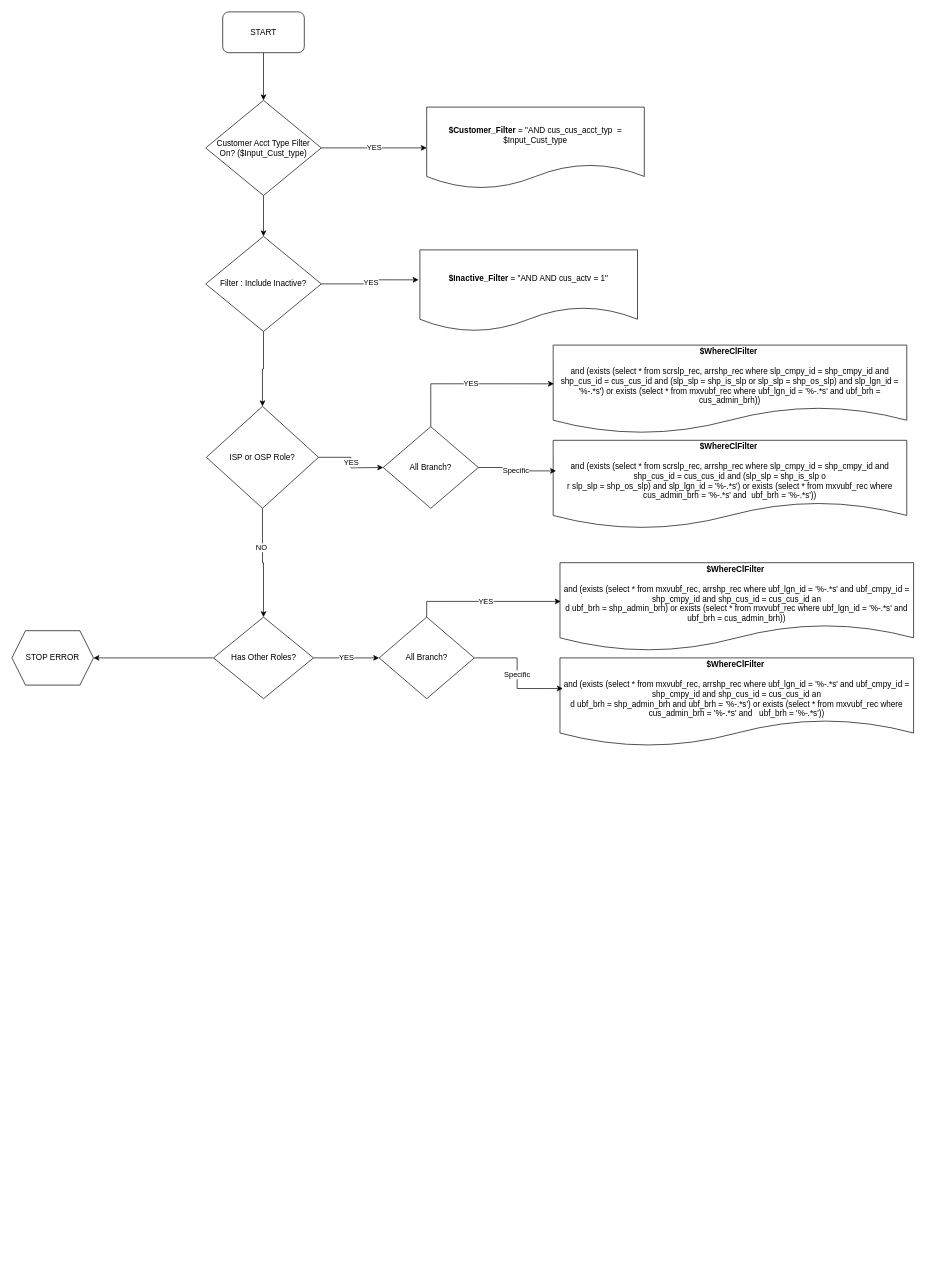
This is Build_ARRCUS_Read_Filter.drawio from eme-invera/Customer_Maintenance, a draw.io file, before an edit. Source tidied: cells renumbered, new cells numbered last; positions are measured from the earlier drawing's top-left corner, leaving out a move shared by most shapes. Both pictures are drawn from the tidied source at 68%, with x=0, y=0 at pixel (12, 12).
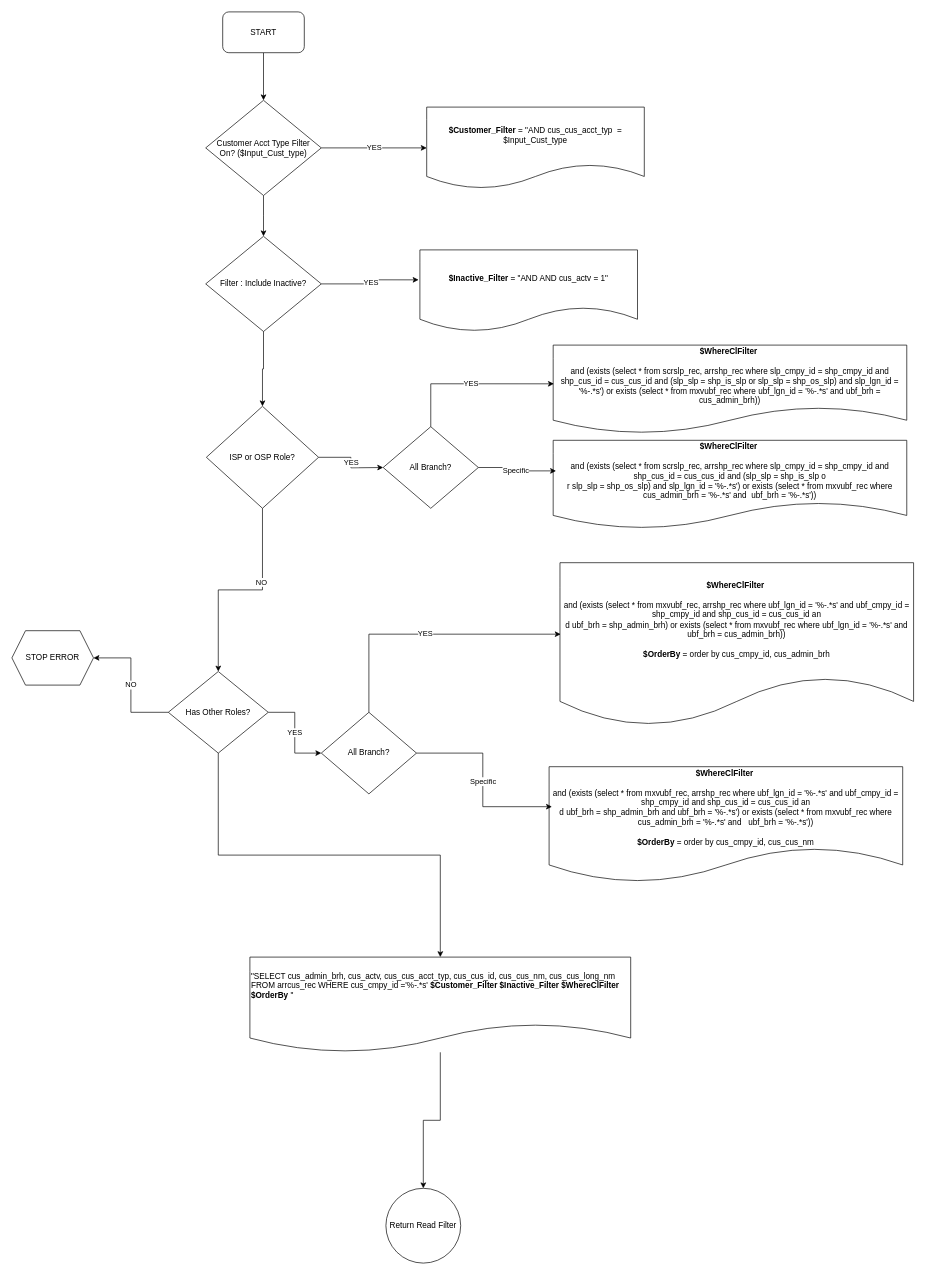
The same diagram, later.

The change refers to these unchanged cells:
```xml
<mxCell id="29" value="STOP ERROR" style="shape=hexagon;perimeter=hexagonPerimeter2;whiteSpace=wrap;html=1;fixedSize=1;" parent="1" vertex="1">
  <mxGeometry y="910" width="120" height="80" as="geometry" />
</mxCell>
```

Change to the diagram source:
```diff
@@
-    <mxCell id="18" style="edgeStyle=orthogonalEdgeStyle;rounded=0;jettySize=auto;html=1;" parent="1" edge="1" source="19" target="29">
+    <mxCell id="18" value="NO" style="edgeStyle=orthogonalEdgeStyle;rounded=0;jettySize=auto;html=1;" parent="1" edge="1" source="19" target="29">
       <mxGeometry relative="1" as="geometry" />
     </mxCell>
+    <mxCell id="30" style="edgeStyle=orthogonalEdgeStyle;rounded=0;jettySize=auto;html=1;" parent="1" edge="1" source="19" target="32">
+      <mxGeometry relative="1" as="geometry" />
+    </mxCell>
     <mxCell id="19" value="Has Other Roles?" style="rhombus;whiteSpace=wrap;html=1;" parent="1" vertex="1">
-      <mxGeometry x="296.5" y="890" width="147" height="120" as="geometry" />
+      <mxGeometry x="230" y="970" width="147" height="120" as="geometry" />
     </mxCell>
@@
-    <mxCell id="24" value="&lt;div&gt;&lt;b style=&quot;color: light-dark(rgb(0, 0, 0), rgb(255, 255, 255)); background-color: transparent; text-align: left;&quot;&gt;$WhereClFilter&lt;/b&gt;&amp;nbsp;&lt;br&gt;&lt;br&gt;and (exists (select * from mxvubf_rec, arrshp_rec where ubf_lgn_id = '%-.*s' and ubf_cmpy_id = shp_cmpy_id and shp_cus_id = cus_cus_id an&lt;/div&gt;&lt;div&gt;d ubf_brh = shp_admin_brh) or exists (select * from mxvubf_rec where ubf_lgn_id = '%-.*s' and ubf_brh = cus_admin_brh))&lt;/div&gt;" style="shape=document;whiteSpace=wrap;html=1;boundedLbl=1;" parent="1" vertex="1">
-      <mxGeometry x="806" y="810" width="520" height="130" as="geometry" />
+    <mxCell id="24" value="&lt;div&gt;&lt;b style=&quot;color: light-dark(rgb(0, 0, 0), rgb(255, 255, 255)); background-color: transparent; text-align: left;&quot;&gt;$WhereClFilter&lt;/b&gt;&amp;nbsp;&lt;br&gt;&lt;br&gt;and (exists (select * from mxvubf_rec, arrshp_rec where ubf_lgn_id = '%-.*s' and ubf_cmpy_id = shp_cmpy_id and shp_cus_id = cus_cus_id an&lt;/div&gt;&lt;div&gt;d ubf_brh = shp_admin_brh) or exists (select * from mxvubf_rec where ubf_lgn_id = '%-.*s' and ubf_brh = cus_admin_brh))&lt;/div&gt;&lt;div&gt;&lt;br&gt;&lt;/div&gt;&lt;div&gt;&lt;b&gt;$OrderBy&lt;/b&gt;&amp;nbsp;=&amp;nbsp;&lt;span style=&quot;background-color: transparent;&quot;&gt;order by cus_cmpy_id, cus_admin_br&lt;/span&gt;&lt;span style=&quot;background-color: transparent; color: light-dark(rgb(0, 0, 0), rgb(255, 255, 255));&quot;&gt;h&lt;/span&gt;&lt;/div&gt;" style="shape=document;whiteSpace=wrap;html=1;boundedLbl=1;" parent="1" vertex="1">
+      <mxGeometry x="806" y="810" width="520" height="240" as="geometry" />
     </mxCell>
-    <mxCell id="25" value="&lt;div&gt;&lt;b style=&quot;background-color: transparent; color: light-dark(rgb(0, 0, 0), rgb(255, 255, 255)); text-align: left;&quot;&gt;$WhereClFilter&lt;/b&gt;&amp;nbsp;&lt;br&gt;&lt;br&gt;and (exists (select * from mxvubf_rec, arrshp_rec where ubf_lgn_id = '%-.*s' and ubf_cmpy_id = shp_cmpy_id and shp_cus_id = cus_cus_id an&lt;/div&gt;&lt;div&gt;d ubf_brh = shp_admin_brh and ubf_brh = '%-.*s') or exists (select * from mxvubf_rec where cus_admin_brh = '%-.*s' and&amp;nbsp; &amp;nbsp;ubf_brh = '%-.*s'))&lt;/div&gt;" style="shape=document;whiteSpace=wrap;html=1;boundedLbl=1;" parent="1" vertex="1">
-      <mxGeometry x="806" y="950" width="520" height="130" as="geometry" />
+    <mxCell id="25" value="&lt;div&gt;&lt;b style=&quot;background-color: transparent; color: light-dark(rgb(0, 0, 0), rgb(255, 255, 255)); text-align: left;&quot;&gt;$WhereClFilter&lt;/b&gt;&amp;nbsp;&lt;br&gt;&lt;br&gt;and (exists (select * from mxvubf_rec, arrshp_rec where ubf_lgn_id = '%-.*s' and ubf_cmpy_id = shp_cmpy_id and shp_cus_id = cus_cus_id an&lt;/div&gt;&lt;div&gt;d ubf_brh = shp_admin_brh and ubf_brh = '%-.*s') or exists (select * from mxvubf_rec where cus_admin_brh = '%-.*s' and&amp;nbsp; &amp;nbsp;ubf_brh = '%-.*s'))&lt;/div&gt;&lt;div&gt;&lt;br&gt;&lt;/div&gt;&lt;div&gt;&lt;b&gt;$OrderBy&lt;/b&gt; =&amp;nbsp;order by cus_cmpy_id, cus_cus_nm&lt;/div&gt;" style="shape=document;whiteSpace=wrap;html=1;boundedLbl=1;" parent="1" vertex="1">
+      <mxGeometry x="790" y="1110" width="520" height="170" as="geometry" />
     </mxCell>
     <mxCell id="26" value="All Branch?" style="rhombus;whiteSpace=wrap;html=1;" parent="1" vertex="1">
-      <mxGeometry x="540" y="890" width="140" height="120" as="geometry" />
+      <mxGeometry x="455" y="1030" width="140" height="120" as="geometry" />
     </mxCell>
@@
+    <mxCell id="31" style="edgeStyle=orthogonalEdgeStyle;rounded=0;jettySize=auto;html=1;" parent="1" edge="1" source="32" target="33">
+      <mxGeometry relative="1" as="geometry" />
+    </mxCell>
+    <mxCell id="32" value="&lt;div&gt;&quot;&lt;span style=&quot;background-color: transparent;&quot;&gt;SELECT cus_admin_brh, cus_actv, cus_cus_acct_typ, cus_cus_id, cus_cus_nm, cus_cus_long_nm&amp;nbsp; FROM arrcus_rec WHERE cus_cmpy_id ='%-.*s'&amp;nbsp;&lt;/span&gt;&lt;b style=&quot;background-color: transparent; color: light-dark(rgb(0, 0, 0), rgb(255, 255, 255)); text-align: center;&quot;&gt;$Customer_Filter&amp;nbsp;&lt;/b&gt;&lt;b style=&quot;text-align: center;&quot;&gt;$Inactive_Filter $&lt;/b&gt;&lt;b style=&quot;background-color: transparent; color: light-dark(rgb(0, 0, 0), rgb(255, 255, 255));&quot;&gt;WhereClFilter&amp;nbsp; &lt;/b&gt;&lt;span style=&quot;text-align: center; background-color: transparent; color: light-dark(rgb(0, 0, 0), rgb(255, 255, 255));&quot;&gt;&lt;b&gt;$OrderBy&lt;/b&gt;&lt;/span&gt;&lt;span style=&quot;background-color: transparent; color: light-dark(rgb(0, 0, 0), rgb(255, 255, 255));&quot;&gt;&amp;nbsp;&quot;&lt;/span&gt;&lt;/div&gt;&lt;div&gt;&lt;br&gt;&lt;/div&gt;" style="shape=document;html=1;boundedLbl=1;whiteSpace=wrap;align=left;" parent="1" vertex="1">
+      <mxGeometry x="350" y="1390" width="560" height="140" as="geometry" />
+    </mxCell>
+    <mxCell id="33" value="Return Read Filter" style="ellipse;whiteSpace=wrap;html=1;" parent="1" vertex="1">
+      <mxGeometry x="550" y="1730" width="110" height="110" as="geometry" />
+    </mxCell>
```
